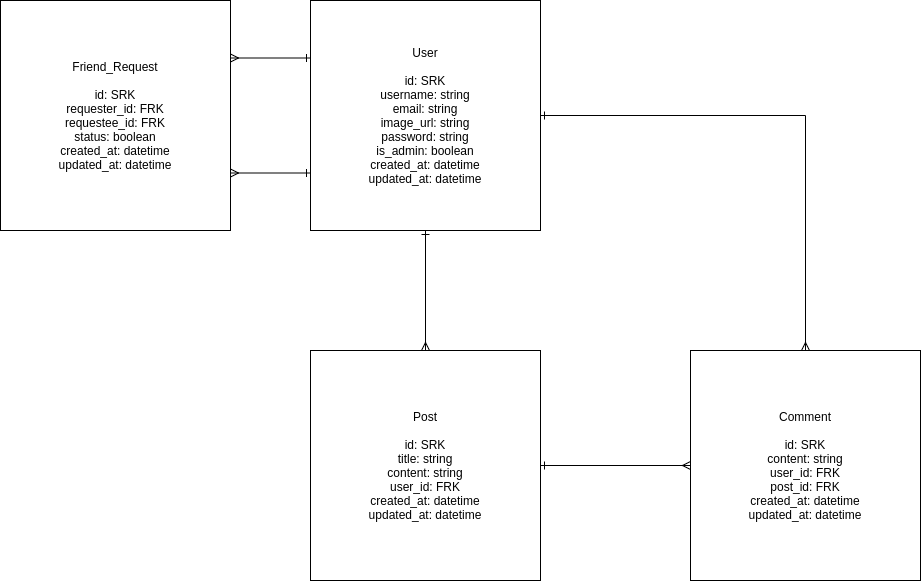
The draw.io diagram assets/erd/erd.png in jason-moritz/hubbub, before a commit. Source tidied: cells renumbered, new cells last; positions are measured from the earlier drawing's top-left corner, leaving out a move shared by most shapes.
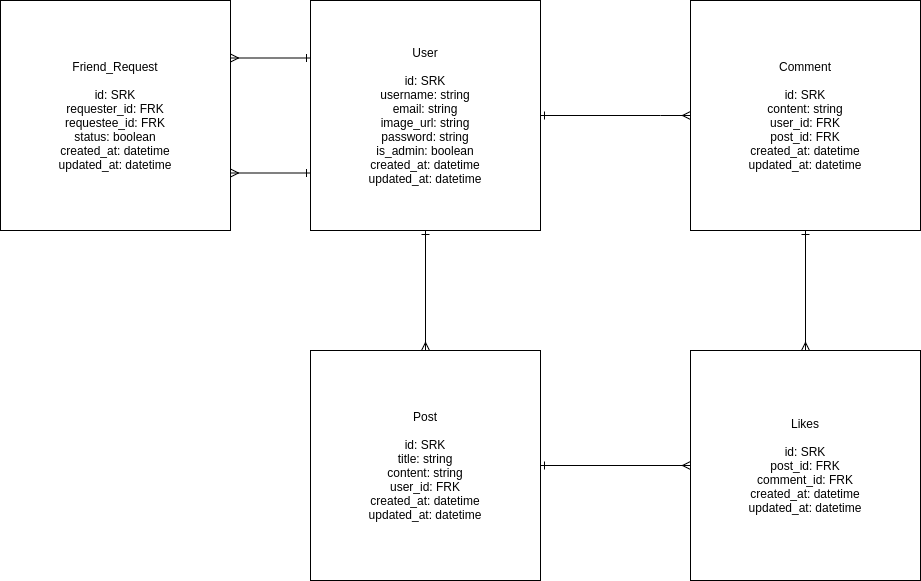
After the commit.

The edit, as a diff of the source:
```diff
@@ -5,20 +5,25 @@
     <mxCell id="2" style="edgeStyle=orthogonalEdgeStyle;rounded=0;jettySize=auto;html=1;endArrow=ERmany;endFill=0;startArrow=ERone;startFill=0;entryX=0.5;entryY=0;entryDx=0;entryDy=0;" parent="1" edge="1" source="4" target="6">
       <mxGeometry relative="1" as="geometry" />
     </mxCell>
-    <mxCell id="3" style="edgeStyle=orthogonalEdgeStyle;rounded=0;jettySize=auto;html=1;entryX=0.5;entryY=0;entryDx=0;entryDy=0;startArrow=ERone;startFill=0;endArrow=ERmany;endFill=0;" parent="1" edge="1" source="4" target="7">
-      <mxGeometry relative="1" as="geometry" />
+    <mxCell id="3" style="edgeStyle=orthogonalEdgeStyle;rounded=0;jettySize=auto;html=1;startArrow=ERone;startFill=0;endArrow=ERmany;endFill=0;strokeColor=default;labelBackgroundColor=default;fontColor=default;entryX=0;entryY=0.5;entryDx=0;entryDy=0;" parent="1" edge="1" source="4" target="7">
+      <mxGeometry relative="1" as="geometry">
+        <Array as="points">
+          <mxPoint x="660" y="115" />
+          <mxPoint x="660" y="115" />
+        </Array>
+      </mxGeometry>
     </mxCell>
     <mxCell id="4" value="User&lt;br&gt;&lt;br&gt;id: SRK&lt;br&gt;username: string&lt;br&gt;email: string&lt;br&gt;image_url: string&lt;br&gt;password: string&lt;br&gt;is_admin: boolean&lt;br&gt;created_at: datetime&lt;br&gt;updated_at: datetime" style="whiteSpace=wrap;html=1;" parent="1" vertex="1">
       <mxGeometry x="310" width="230" height="230" as="geometry" />
     </mxCell>
-    <mxCell id="5" style="edgeStyle=orthogonalEdgeStyle;rounded=0;jettySize=auto;html=1;entryX=0;entryY=0.5;entryDx=0;entryDy=0;startArrow=ERone;startFill=0;endArrow=ERmany;endFill=0;" parent="1" edge="1" source="6" target="7">
+    <mxCell id="5" style="edgeStyle=orthogonalEdgeStyle;rounded=0;jettySize=auto;html=1;startArrow=ERone;startFill=0;endArrow=ERmany;endFill=0;strokeColor=default;labelBackgroundColor=default;fontColor=default;entryX=0;entryY=0.5;entryDx=0;entryDy=0;" parent="1" edge="1" source="6" target="12">
       <mxGeometry relative="1" as="geometry" />
     </mxCell>
     <mxCell id="6" value="Post&lt;br&gt;&lt;br&gt;id: SRK&lt;br&gt;title: string&lt;br&gt;content: string&lt;br&gt;user_id: FRK&lt;br&gt;created_at: datetime&lt;br&gt;updated_at: datetime" style="whiteSpace=wrap;html=1;" parent="1" vertex="1">
       <mxGeometry x="310" y="350" width="230" height="230" as="geometry" />
     </mxCell>
-    <mxCell id="7" value="Comment&lt;br&gt;&lt;br&gt;id: SRK&lt;br&gt;content: string&lt;br&gt;user_id: FRK&lt;br&gt;post_id: FRK&lt;br&gt;created_at: datetime&lt;br&gt;updated_at: datetime" style="whiteSpace=wrap;html=1;" parent="1" vertex="1">
-      <mxGeometry x="690" y="350" width="230" height="230" as="geometry" />
+    <mxCell id="7" value="Comment&lt;br&gt;&lt;br&gt;id: SRK&lt;br&gt;content: string&lt;br&gt;user_id: FRK&lt;br&gt;post_id: FRK&lt;br&gt;created_at: datetime&lt;br&gt;updated_at: datetime" style="whiteSpace=wrap;html=1;fillColor=default;strokeColor=default;fontColor=default;" parent="1" vertex="1">
+      <mxGeometry x="690" width="230" height="230" as="geometry" />
     </mxCell>
     <mxCell id="8" value="Friend_Request&lt;br&gt;&lt;br&gt;id: SRK&lt;br&gt;requester_id: FRK&lt;br&gt;requestee_id: FRK&lt;br&gt;status: boolean&lt;br&gt;created_at: datetime&lt;br&gt;updated_at: datetime" style="whiteSpace=wrap;html=1;" parent="1" vertex="1">
       <mxGeometry width="230" height="230" as="geometry" />
@@ -29,5 +34,11 @@
     <mxCell id="10" style="endArrow=ERmany;startArrow=ERone;html=1;rounded=0;exitX=0;exitY=0.25;exitDx=0;exitDy=0;entryX=1;entryY=0.25;entryDx=0;entryDy=0;endFill=0;startFill=0;strokeColor=default;labelBackgroundColor=default;fontColor=default;" parent="1" edge="1" source="4" target="8">
       <mxGeometry relative="1" as="geometry" />
     </mxCell>
+    <mxCell id="11" style="edgeStyle=orthogonalEdgeStyle;rounded=0;jettySize=auto;html=1;entryX=0.5;entryY=1;entryDx=0;entryDy=0;labelBackgroundColor=default;fontColor=default;startArrow=ERmany;startFill=0;endArrow=ERone;endFill=0;strokeColor=default;" parent="1" edge="1" source="12" target="7">
+      <mxGeometry relative="1" as="geometry" />
+    </mxCell>
+    <mxCell id="12" value="Likes&lt;br&gt;&lt;br&gt;id: SRK&lt;br&gt;post_id: FRK&lt;br&gt;comment_id: FRK&lt;br&gt;created_at: datetime&lt;br&gt;updated_at: datetime" style="whiteSpace=wrap;html=1;fillColor=default;strokeColor=default;fontColor=default;" parent="1" vertex="1">
+      <mxGeometry x="690" y="350" width="230" height="230" as="geometry" />
+    </mxCell>
   </root>
 </mxGraphModel>
```
